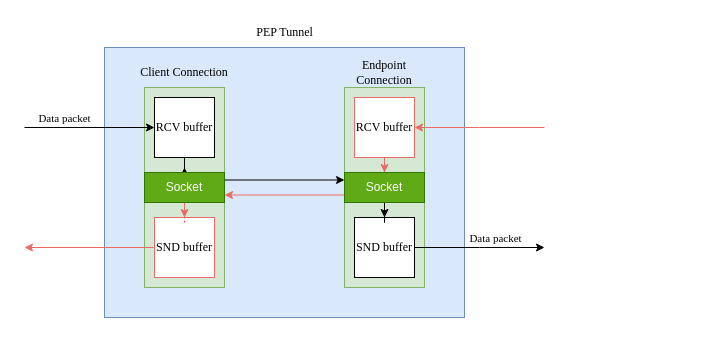
This is diagrams/drawio/pep_forwarding.drawio from joexbayer/tcp-pep-for-5g, a draw.io file, before an edit. Source tidied: cells renumbered, new cells numbered last; positions are measured from the earlier drawing's top-left corner, leaving out a move shared by most shapes. Both pictures are drawn from the tidied source at 100%, with x=0, y=0 at pixel (24, 17).
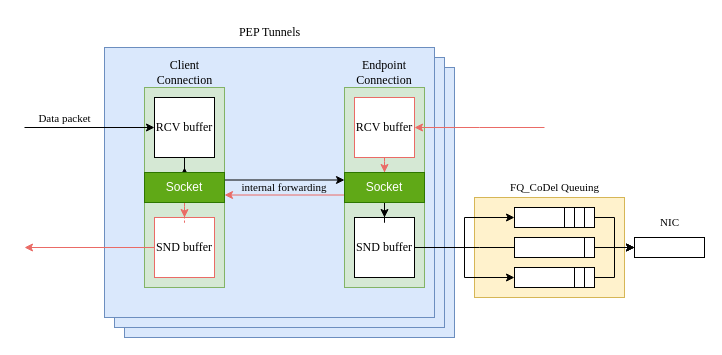
After the change.

The change refers to these unchanged cells:
```xml
<mxCell id="17" value="SND buffer" style="rounded=0;whiteSpace=wrap;html=1;fontFamily=Times New Roman;" parent="1" vertex="1">
  <mxGeometry x="330" y="200" width="60" height="60" as="geometry" />
</mxCell>
```

Change to the diagram source:
```diff
@@
+    <mxCell id="26" style="rounded=0;whiteSpace=wrap;html=1;fillColor=#dae8fc;strokeColor=#6c8ebf;" parent="1" vertex="1">
+      <mxGeometry x="100" y="50" width="330" height="270" as="geometry" />
+    </mxCell>
+    <mxCell id="27" style="rounded=0;whiteSpace=wrap;html=1;fillColor=#dae8fc;strokeColor=#6c8ebf;" parent="1" vertex="1">
+      <mxGeometry x="90" y="40" width="330" height="270" as="geometry" />
+    </mxCell>
+    <mxCell id="28" style="rounded=0;whiteSpace=wrap;html=1;labelBackgroundColor=none;fontFamily=Times New Roman;fontSize=11;fillColor=#fff2cc;strokeColor=#d6b656;" parent="1" vertex="1">
+      <mxGeometry x="450" y="180" width="150" height="100" as="geometry" />
+    </mxCell>
     <mxCell id="2" style="rounded=0;whiteSpace=wrap;html=1;fillColor=#dae8fc;strokeColor=#6c8ebf;" parent="1" vertex="1">
-      <mxGeometry x="80" y="30" width="360" height="270" as="geometry" />
+      <mxGeometry x="80" y="30" width="330" height="270" as="geometry" />
     </mxCell>
@@
     <mxCell id="5" value="&lt;font face=&quot;Times New Roman&quot;&gt;Client Connection&lt;/font&gt;" style="text;html=1;strokeColor=none;fillColor=none;align=center;verticalAlign=middle;whiteSpace=wrap;rounded=0;" parent="1" vertex="1">
-      <mxGeometry x="115" y="40" width="90" height="30" as="geometry" />
+      <mxGeometry x="122.5" y="40" width="75" height="30" as="geometry" />
     </mxCell>
@@
+    <mxCell id="29" style="edgeStyle=orthogonalEdgeStyle;rounded=0;jettySize=auto;html=1;entryX=0;entryY=0.5;entryDx=0;entryDy=0;fontFamily=Times New Roman;fontSize=11;" parent="1" edge="1" source="17" target="33">
+      <mxGeometry relative="1" as="geometry" />
+    </mxCell>
+    <mxCell id="30" style="edgeStyle=orthogonalEdgeStyle;rounded=0;jettySize=auto;html=1;entryX=0;entryY=0.5;entryDx=0;entryDy=0;fontFamily=Times New Roman;fontSize=11;" parent="1" edge="1" source="17" target="37">
+      <mxGeometry relative="1" as="geometry" />
+    </mxCell>
@@
-    <mxCell id="24" value="&lt;font face=&quot;Times New Roman&quot;&gt;PEP Tunnel&lt;/font&gt;" style="text;html=1;align=center;verticalAlign=middle;strokeColor=none;fillColor=none;" parent="1" vertex="1">
-      <mxGeometry x="220" width="80" height="30" as="geometry" />
+    <mxCell id="24" value="&lt;font face=&quot;Times New Roman&quot;&gt;PEP Tunnels&lt;/font&gt;" style="text;html=1;align=center;verticalAlign=middle;strokeColor=none;fillColor=none;" parent="1" vertex="1">
+      <mxGeometry x="205" width="80" height="30" as="geometry" />
     </mxCell>
-    <mxCell id="25" value="Data packet" style="edgeLabel;html=1;align=center;verticalAlign=middle;fontFamily=Times New Roman;" parent="1" vertex="1">
-      <mxGeometry x="470" y="220" as="geometry" />
-    </mxCell>
+    <mxCell id="31" value="&lt;font style=&quot;font-size: 11px;&quot;&gt;internal forwarding&lt;/font&gt;" style="text;html=1;strokeColor=none;fillColor=none;align=center;verticalAlign=middle;whiteSpace=wrap;rounded=0;fontFamily=Times New Roman;" parent="1" vertex="1">
+      <mxGeometry x="200" y="165" width="120" height="10" as="geometry" />
+    </mxCell>
+    <mxCell id="32" style="edgeStyle=orthogonalEdgeStyle;rounded=0;jettySize=auto;html=1;entryX=0;entryY=0.5;entryDx=0;entryDy=0;fontFamily=Times New Roman;fontSize=11;" parent="1" edge="1" source="33" target="39">
+      <mxGeometry relative="1" as="geometry" />
+    </mxCell>
+    <mxCell id="33" style="rounded=0;whiteSpace=wrap;html=1;labelBackgroundColor=none;fontFamily=Times New Roman;fontSize=11;" parent="1" vertex="1">
+      <mxGeometry x="490" y="190" width="80" height="20" as="geometry" />
+    </mxCell>
+    <mxCell id="34" style="edgeStyle=orthogonalEdgeStyle;rounded=0;jettySize=auto;html=1;entryX=0;entryY=0.5;entryDx=0;entryDy=0;fontFamily=Times New Roman;fontSize=11;" parent="1" edge="1" source="35" target="39">
+      <mxGeometry relative="1" as="geometry" />
+    </mxCell>
+    <mxCell id="35" style="rounded=0;whiteSpace=wrap;html=1;labelBackgroundColor=none;fontFamily=Times New Roman;fontSize=11;" parent="1" vertex="1">
+      <mxGeometry x="490" y="220" width="80" height="20" as="geometry" />
+    </mxCell>
+    <mxCell id="36" style="edgeStyle=orthogonalEdgeStyle;rounded=0;jettySize=auto;html=1;entryX=0;entryY=0.5;entryDx=0;entryDy=0;fontFamily=Times New Roman;fontSize=11;" parent="1" edge="1" source="37" target="39">
+      <mxGeometry relative="1" as="geometry" />
+    </mxCell>
+    <mxCell id="37" style="rounded=0;whiteSpace=wrap;html=1;labelBackgroundColor=none;fontFamily=Times New Roman;fontSize=11;" parent="1" vertex="1">
+      <mxGeometry x="490" y="250" width="80" height="20" as="geometry" />
+    </mxCell>
+    <mxCell id="38" value="FQ_CoDel Queuing" style="text;html=1;align=center;verticalAlign=middle;strokeColor=none;fillColor=none;fontSize=11;fontFamily=Times New Roman;" parent="1" vertex="1">
+      <mxGeometry x="475" y="155" width="110" height="30" as="geometry" />
+    </mxCell>
+    <mxCell id="39" style="rounded=0;whiteSpace=wrap;html=1;labelBackgroundColor=none;fontFamily=Times New Roman;fontSize=11;" parent="1" vertex="1">
+      <mxGeometry x="610" y="220" width="70" height="20" as="geometry" />
+    </mxCell>
+    <mxCell id="40" value="NIC" style="text;html=1;align=center;verticalAlign=middle;strokeColor=none;fillColor=none;fontSize=11;fontFamily=Times New Roman;" parent="1" vertex="1">
+      <mxGeometry x="625" y="190" width="40" height="30" as="geometry" />
+    </mxCell>
+    <mxCell id="41" style="rounded=0;whiteSpace=wrap;html=1;labelBackgroundColor=none;fontFamily=Times New Roman;fontSize=11;" parent="1" vertex="1">
+      <mxGeometry x="560" y="190" width="10" height="20" as="geometry" />
+    </mxCell>
+    <mxCell id="42" style="rounded=0;whiteSpace=wrap;html=1;labelBackgroundColor=none;fontFamily=Times New Roman;fontSize=11;" parent="1" vertex="1">
+      <mxGeometry x="550" y="190" width="10" height="20" as="geometry" />
+    </mxCell>
+    <mxCell id="43" style="rounded=0;whiteSpace=wrap;html=1;labelBackgroundColor=none;fontFamily=Times New Roman;fontSize=11;" parent="1" vertex="1">
+      <mxGeometry x="540" y="190" width="10" height="20" as="geometry" />
+    </mxCell>
+    <mxCell id="44" style="rounded=0;whiteSpace=wrap;html=1;labelBackgroundColor=none;fontFamily=Times New Roman;fontSize=11;" parent="1" vertex="1">
+      <mxGeometry x="560" y="220" width="10" height="20" as="geometry" />
+    </mxCell>
+    <mxCell id="45" style="rounded=0;whiteSpace=wrap;html=1;labelBackgroundColor=none;fontFamily=Times New Roman;fontSize=11;" parent="1" vertex="1">
+      <mxGeometry x="560" y="250" width="10" height="20" as="geometry" />
+    </mxCell>
+    <mxCell id="46" style="rounded=0;whiteSpace=wrap;html=1;labelBackgroundColor=none;fontFamily=Times New Roman;fontSize=11;" parent="1" vertex="1">
+      <mxGeometry x="550" y="250" width="10" height="20" as="geometry" />
+    </mxCell>
```
